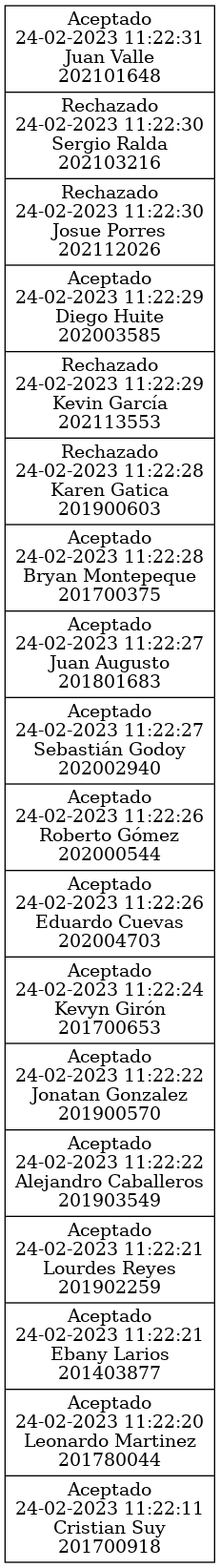
Dgo45921/EDD_1S2023_PY_202003585 keeps this Graphviz diagram as EDD_Proyecto1_Fase1/Build/Reportes/accionesAdmin.png. Above is the earlier version. Its source is kept beside it as EDD_Proyecto1_Fase1/Build/Reportes/accionesAdmin.dot.
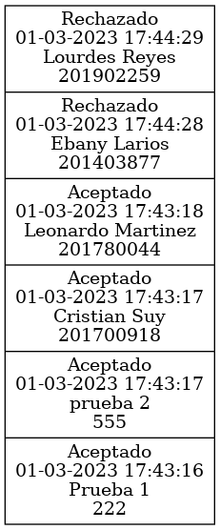
The same diagram one commit later.

What changed in the source:
```diff
@@ -2,5 +2,5 @@
 
   node [shape=record]
 
-accion[label="{ Aceptado\n24-02-2023 11:22:31\nJuan Valle\n202101648|Rechazado\n24-02-2023 11:22:30\nSergio Ralda\n202103216|Rechazado\n24-02-2023 11:22:30\nJosue Porres\n202112026|Aceptado\n24-02-2023 11:22:29\nDiego Huite\n202003585|Rechazado\n24-02-2023 11:22:29\nKevin García\n202113553|Rechazado\n24-02-2023 11:22:28\nKaren Gatica\n201900603|Aceptado\n24-02-2023 11:22:28\nBryan Montepeque\n201700375|Aceptado\n24-02-2023 11:22:27\nJuan Augusto\n201801683|Aceptado\n24-02-2023 11:22:27\nSebastián Godoy\n202002940|Aceptado\n24-02-2023 11:22:26\nRoberto Gómez\n202000544|Aceptado\n24-02-2023 11:22:26\nEduardo Cuevas\n202004703|Aceptado\n24-02-2023 11:22:24\nKevyn Girón\n201700653|Aceptado\n24-02-2023 11:22:22\nJonatan Gonzalez\n201900570|Aceptado\n24-02-2023 11:22:22\nAlejandro Caballeros\n201903549|Aceptado\n24-02-2023 11:22:21\nLourdes Reyes\n201902259|Aceptado\n24-02-2023 11:22:21\nEbany Larios\n201403877|Aceptado\n24-02-2023 11:22:20\nLeonardo Martinez\n201780044|Aceptado\n24-02-2023 11:22:11\nCristian Suy\n201700918}"];
+accion[label="{ Rechazado\n01-03-2023 17:44:29\nLourdes Reyes\n201902259|Rechazado\n01-03-2023 17:44:28\nEbany Larios\n201403877|Aceptado\n01-03-2023 17:43:18\nLeonardo Martinez\n201780044|Aceptado\n01-03-2023 17:43:17\nCristian Suy\n201700918|Aceptado\n01-03-2023 17:43:17\nprueba 2\n555|Aceptado\n01-03-2023 17:43:16\nPrueba 1\n222}"];
 }
```
